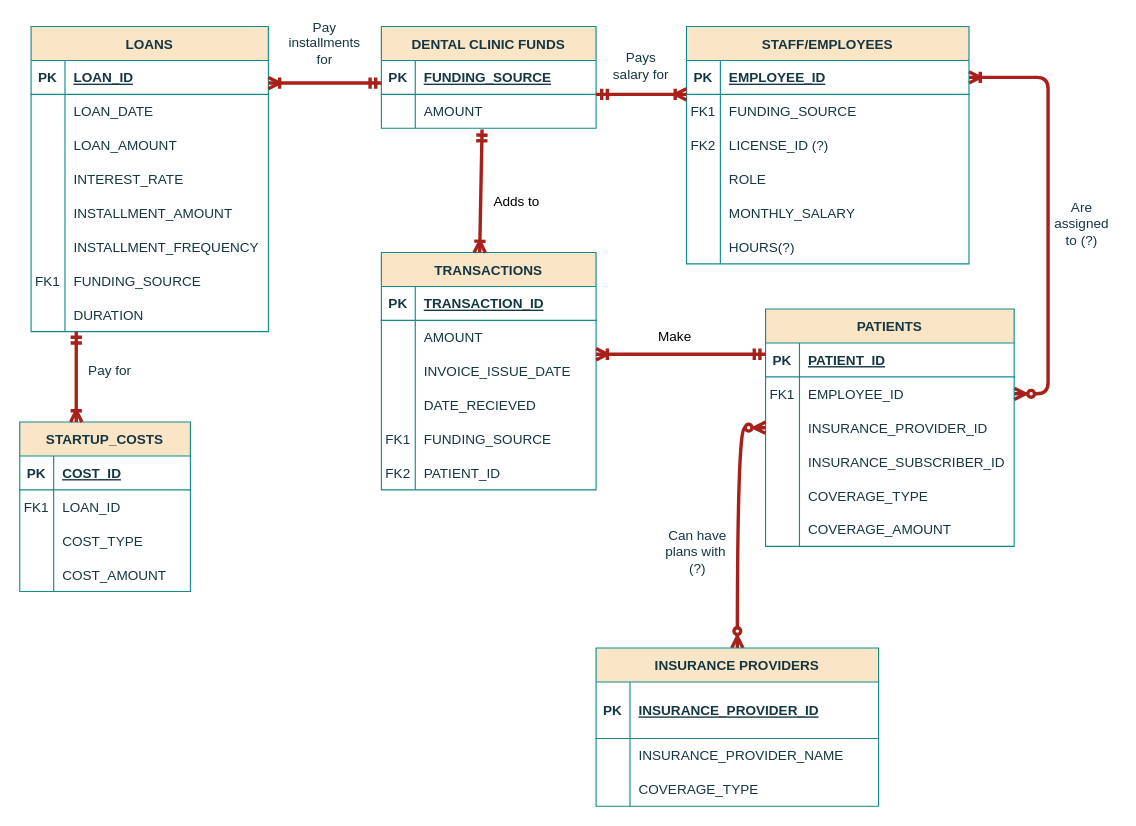
Above: hw.drawio in donjuli990/HW1 (draw.io), before the change. Source tidied: cells renumbered, new cells numbered last; positions are measured from the earlier drawing's top-left corner, leaving out a move shared by most shapes. Both pictures are drawn from the tidied source at 113%, with x=0, y=0 at pixel (19, 26).
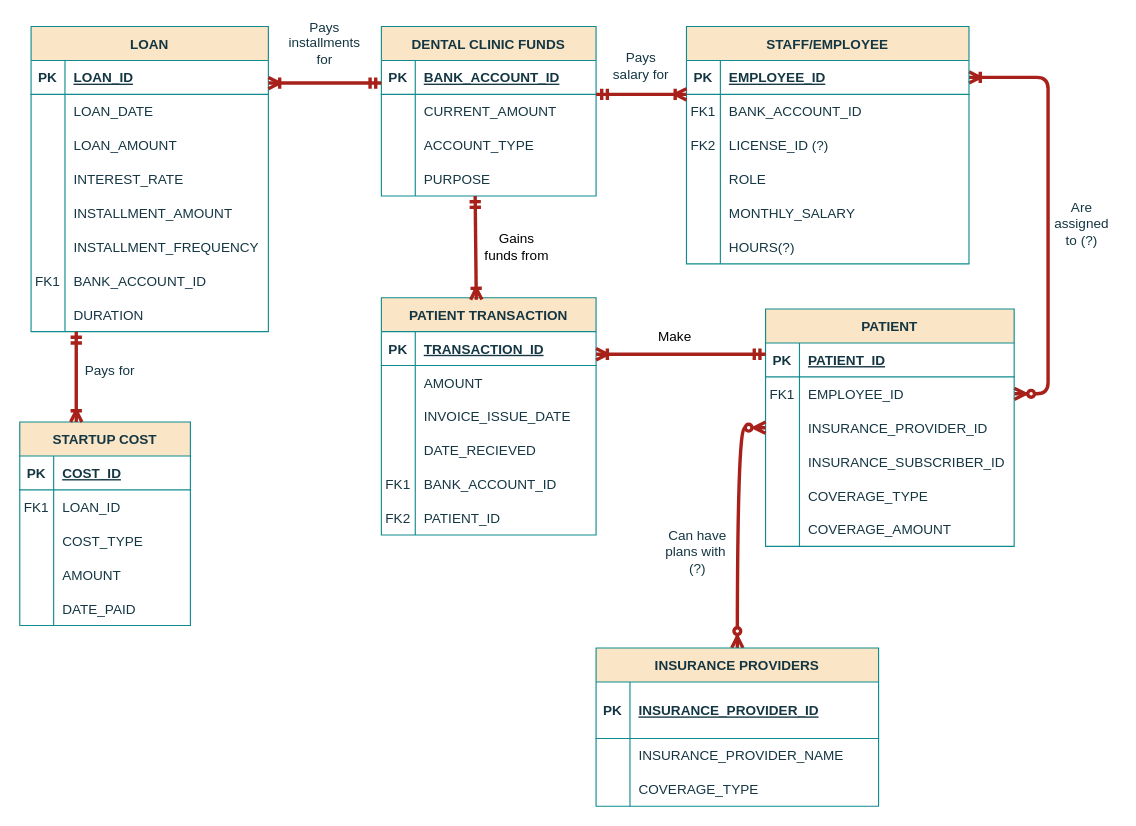
Above is the later version.

Unchanged cells that the change refers to:
```xml
<mxCell id="7" style="shape=partialRectangle;fillColor=none;top=0;left=0;right=0;bottom=0;labelBackgroundColor=none;strokeColor=#0F8B8D;fontColor=#143642;" parent="3" vertex="1">
  <mxGeometry y="60" width="250" height="30" as="geometry" />
</mxCell>
<mxCell id="60" style="shape=partialRectangle;fillColor=none;top=0;left=0;right=0;bottom=0;labelBackgroundColor=none;strokeColor=#0F8B8D;fontColor=#143642;" parent="41" vertex="1">
  <mxGeometry y="210" width="210" height="30" as="geometry" />
</mxCell>
<mxCell id="89" style="shape=partialRectangle;fillColor=none;top=0;left=0;right=0;bottom=0;labelBackgroundColor=none;strokeColor=#0F8B8D;fontColor=#143642;" parent="79" vertex="1">
  <mxGeometry y="120" width="151" height="30" as="geometry" />
</mxCell>
<mxCell id="95" style="shape=partialRectangle;fillColor=none;top=0;left=0;right=0;bottom=1;labelBackgroundColor=none;strokeColor=#0F8B8D;fontColor=#143642;" parent="94" vertex="1">
  <mxGeometry y="30" width="190" height="30" as="geometry" />
</mxCell>
<mxCell id="98" style="shape=partialRectangle;fillColor=none;points=[[0,0.5],[1,0.5]];portConstraint=eastwest;top=0;left=0;right=0;bottom=0;labelBackgroundColor=none;strokeColor=#0F8B8D;fontColor=#143642;" parent="94" vertex="1">
  <mxGeometry y="60" width="190" height="30" as="geometry" />
</mxCell>
<mxCell id="117" style="shape=partialRectangle;fillColor=none;top=0;left=0;right=0;bottom=0;labelBackgroundColor=none;strokeColor=#0F8B8D;fontColor=#143642;" parent="104" vertex="1">
  <mxGeometry y="150" width="190" height="30" as="geometry" />
</mxCell>
```

What changed in the source:
```diff
@@
-    <mxCell id="3" value="STAFF/EMPLOYEES" style="shape=table;startSize=30;childLayout=tableLayout;rowLines=0;fontStyle=1;align=center;labelBackgroundColor=none;fillColor=#FAE5C7;strokeColor=#0F8B8D;fontColor=#143642;" parent="1" vertex="1">
+    <mxCell id="3" value="STAFF/EMPLOYEE" style="shape=table;startSize=30;childLayout=tableLayout;rowLines=0;fontStyle=1;align=center;labelBackgroundColor=none;fillColor=#FAE5C7;strokeColor=#0F8B8D;fontColor=#143642;" parent="1" vertex="1">
       <mxGeometry x="590" width="250" height="210" as="geometry" />
     </mxCell>
@@
-    <mxCell id="9" value="FUNDING_SOURCE" style="shape=partialRectangle;overflow=hidden;fillColor=none;top=0;left=0;bottom=0;right=0;align=left;spacingLeft=6;labelBackgroundColor=none;strokeColor=#0F8B8D;fontColor=#143642;" parent="7" vertex="1">
+    <mxCell id="9" value="BANK_ACCOUNT_ID" style="shape=partialRectangle;overflow=hidden;fillColor=none;top=0;left=0;bottom=0;right=0;align=left;spacingLeft=6;labelBackgroundColor=none;strokeColor=#0F8B8D;fontColor=#143642;" parent="7" vertex="1">
       <mxGeometry x="30" width="220" height="30" as="geometry" />
     </mxCell>
@@
-    <mxCell id="22" value="PATIENTS" style="shape=table;startSize=30;childLayout=tableLayout;rowLines=0;fontStyle=1;align=center;labelBackgroundColor=none;fillColor=#FAE5C7;strokeColor=#0F8B8D;fontColor=#143642;" parent="1" vertex="1">
+    <mxCell id="22" value="PATIENT" style="shape=table;startSize=30;childLayout=tableLayout;rowLines=0;fontStyle=1;align=center;labelBackgroundColor=none;fillColor=#FAE5C7;strokeColor=#0F8B8D;fontColor=#143642;" parent="1" vertex="1">
       <mxGeometry x="660" y="250" width="220" height="210" as="geometry" />
     </mxCell>
@@
-    <mxCell id="41" value="LOANS" style="shape=table;startSize=30;childLayout=tableLayout;rowLines=0;fontStyle=1;align=center;labelBackgroundColor=none;fillColor=#FAE5C7;strokeColor=#0F8B8D;fontColor=#143642;" parent="1" vertex="1">
+    <mxCell id="41" value="LOAN" style="shape=table;startSize=30;childLayout=tableLayout;rowLines=0;fontStyle=1;align=center;labelBackgroundColor=none;fillColor=#FAE5C7;strokeColor=#0F8B8D;fontColor=#143642;" parent="1" vertex="1">
       <mxGeometry x="10" width="210" height="270" as="geometry" />
     </mxCell>
@@
-    <mxCell id="62" value="FUNDING_SOURCE" style="shape=partialRectangle;overflow=hidden;fillColor=none;top=0;left=0;bottom=0;right=0;align=left;spacingLeft=6;labelBackgroundColor=none;strokeColor=#0F8B8D;fontColor=#143642;" parent="60" vertex="1">
+    <mxCell id="62" value="BANK_ACCOUNT_ID" style="shape=partialRectangle;overflow=hidden;fillColor=none;top=0;left=0;bottom=0;right=0;align=left;spacingLeft=6;labelBackgroundColor=none;strokeColor=#0F8B8D;fontColor=#143642;" parent="60" vertex="1">
       <mxGeometry x="30" width="180" height="30" as="geometry" />
     </mxCell>
@@
-    <mxCell id="79" value="STARTUP_COSTS" style="shape=table;startSize=30;childLayout=tableLayout;rowLines=0;fontStyle=1;align=center;labelBackgroundColor=none;fillColor=#FAE5C7;strokeColor=#0F8B8D;fontColor=#143642;" parent="1" vertex="1">
-      <mxGeometry y="350" width="151" height="150" as="geometry" />
+    <mxCell id="79" value="STARTUP COST" style="shape=table;startSize=30;childLayout=tableLayout;rowLines=0;fontStyle=1;align=center;labelBackgroundColor=none;fillColor=#FAE5C7;strokeColor=#0F8B8D;fontColor=#143642;" parent="1" vertex="1">
+      <mxGeometry y="350" width="151" height="180" as="geometry" />
     </mxCell>
@@
-    <mxCell id="91" value="COST_AMOUNT" style="shape=partialRectangle;overflow=hidden;fillColor=none;top=0;left=0;bottom=0;right=0;align=left;spacingLeft=6;labelBackgroundColor=none;strokeColor=#0F8B8D;fontColor=#143642;" parent="89" vertex="1">
+    <mxCell id="91" value="AMOUNT" style="shape=partialRectangle;overflow=hidden;fillColor=none;top=0;left=0;bottom=0;right=0;align=left;spacingLeft=6;labelBackgroundColor=none;strokeColor=#0F8B8D;fontColor=#143642;" parent="89" vertex="1">
       <mxGeometry x="30" width="121" height="30" as="geometry" />
     </mxCell>
+    <mxCell id="128" style="shape=partialRectangle;fillColor=none;top=0;left=0;right=0;bottom=0;labelBackgroundColor=none;strokeColor=#0F8B8D;fontColor=#143642;" parent="79" vertex="1">
+      <mxGeometry y="150" width="151" height="30" as="geometry" />
+    </mxCell>
+    <mxCell id="129" style="shape=partialRectangle;overflow=hidden;fillColor=none;top=0;left=0;bottom=0;right=0;labelBackgroundColor=none;strokeColor=#0F8B8D;fontColor=#143642;" parent="128" vertex="1">
+      <mxGeometry width="30" height="30" as="geometry" />
+    </mxCell>
+    <mxCell id="130" value="DATE_PAID" style="shape=partialRectangle;overflow=hidden;fillColor=none;top=0;left=0;bottom=0;right=0;align=left;spacingLeft=6;labelBackgroundColor=none;strokeColor=#0F8B8D;fontColor=#143642;" parent="128" vertex="1">
+      <mxGeometry x="30" width="121" height="30" as="geometry" />
+    </mxCell>
-    <mxCell id="92" value="Pay for" style="text;html=1;align=center;verticalAlign=middle;whiteSpace=wrap;rounded=0;fontColor=#143642;" parent="1" vertex="1">
+    <mxCell id="92" value="Pays for" style="text;html=1;align=center;verticalAlign=middle;whiteSpace=wrap;rounded=0;fontColor=#143642;" parent="1" vertex="1">
       <mxGeometry x="50" y="290" width="60" height="30" as="geometry" />
     </mxCell>
@@
     <mxCell id="94" value="DENTAL CLINIC FUNDS" style="shape=table;startSize=30;childLayout=tableLayout;rowLines=0;fontStyle=1;align=center;labelBackgroundColor=none;fillColor=#FAE5C7;strokeColor=#0F8B8D;fontColor=#143642;" parent="1" vertex="1">
-      <mxGeometry x="320" width="190" height="90" as="geometry" />
+      <mxGeometry x="320" width="190" height="150" as="geometry" />
     </mxCell>
@@
-    <mxCell id="97" value="FUNDING_SOURCE" style="shape=partialRectangle;overflow=hidden;fillColor=none;top=0;left=0;bottom=0;right=0;align=left;spacingLeft=6;fontStyle=5;labelBackgroundColor=none;strokeColor=#0F8B8D;fontColor=#143642;" parent="95" vertex="1">
+    <mxCell id="97" value="BANK_ACCOUNT_ID" style="shape=partialRectangle;overflow=hidden;fillColor=none;top=0;left=0;bottom=0;right=0;align=left;spacingLeft=6;fontStyle=5;labelBackgroundColor=none;strokeColor=#0F8B8D;fontColor=#143642;" parent="95" vertex="1">
       <mxGeometry x="30" width="160" height="30" as="geometry" />
     </mxCell>
@@
-    <mxCell id="100" value="AMOUNT" style="shape=partialRectangle;overflow=hidden;fillColor=none;top=0;left=0;bottom=0;right=0;align=left;spacingLeft=6;labelBackgroundColor=none;strokeColor=#0F8B8D;fontColor=#143642;" parent="98" vertex="1">
+    <mxCell id="100" value="CURRENT_AMOUNT" style="shape=partialRectangle;overflow=hidden;fillColor=none;top=0;left=0;bottom=0;right=0;align=left;spacingLeft=6;labelBackgroundColor=none;strokeColor=#0F8B8D;fontColor=#143642;" parent="98" vertex="1">
       <mxGeometry x="30" width="160" height="30" as="geometry" />
     </mxCell>
+    <mxCell id="131" style="shape=partialRectangle;fillColor=none;top=0;left=0;right=0;bottom=0;labelBackgroundColor=none;strokeColor=#0F8B8D;fontColor=#143642;" parent="94" vertex="1">
+      <mxGeometry y="90" width="190" height="30" as="geometry" />
+    </mxCell>
+    <mxCell id="132" style="shape=partialRectangle;overflow=hidden;fillColor=none;top=0;left=0;bottom=0;right=0;labelBackgroundColor=none;strokeColor=#0F8B8D;fontColor=#143642;" parent="131" vertex="1">
+      <mxGeometry width="30" height="30" as="geometry" />
+    </mxCell>
+    <mxCell id="133" value="ACCOUNT_TYPE" style="shape=partialRectangle;overflow=hidden;fillColor=none;top=0;left=0;bottom=0;right=0;align=left;spacingLeft=6;labelBackgroundColor=none;strokeColor=#0F8B8D;fontColor=#143642;" parent="131" vertex="1">
+      <mxGeometry x="30" width="160" height="30" as="geometry" />
+    </mxCell>
+    <mxCell id="134" style="shape=partialRectangle;fillColor=none;top=0;left=0;right=0;bottom=0;labelBackgroundColor=none;strokeColor=#0F8B8D;fontColor=#143642;" parent="94" vertex="1">
+      <mxGeometry y="120" width="190" height="30" as="geometry" />
+    </mxCell>
+    <mxCell id="135" style="shape=partialRectangle;overflow=hidden;fillColor=none;top=0;left=0;bottom=0;right=0;labelBackgroundColor=none;strokeColor=#0F8B8D;fontColor=#143642;" parent="134" vertex="1">
+      <mxGeometry width="30" height="30" as="geometry" />
+    </mxCell>
+    <mxCell id="136" value="PURPOSE" style="shape=partialRectangle;overflow=hidden;fillColor=none;top=0;left=0;bottom=0;right=0;align=left;spacingLeft=6;labelBackgroundColor=none;strokeColor=#0F8B8D;fontColor=#143642;" parent="134" vertex="1">
+      <mxGeometry x="30" width="160" height="30" as="geometry" />
+    </mxCell>
@@
-    <mxCell id="102" value="Pay installments for" style="text;html=1;align=center;verticalAlign=middle;whiteSpace=wrap;rounded=0;fontColor=#143642;" parent="1" vertex="1">
+    <mxCell id="102" value="Pays installments for" style="text;html=1;align=center;verticalAlign=middle;whiteSpace=wrap;rounded=0;fontColor=#143642;" parent="1" vertex="1">
       <mxGeometry x="240" width="60" height="30" as="geometry" />
     </mxCell>
@@
-    <mxCell id="104" value="TRANSACTIONS" style="shape=table;startSize=30;childLayout=tableLayout;rowLines=0;fontStyle=1;align=center;labelBackgroundColor=none;fillColor=#FAE5C7;strokeColor=#0F8B8D;fontColor=#143642;" parent="1" vertex="1">
-      <mxGeometry x="320" y="200" width="190" height="210" as="geometry" />
+    <mxCell id="104" value="PATIENT TRANSACTION" style="shape=table;startSize=30;childLayout=tableLayout;rowLines=0;fontStyle=1;align=center;labelBackgroundColor=none;fillColor=#FAE5C7;strokeColor=#0F8B8D;fontColor=#143642;" parent="1" vertex="1">
+      <mxGeometry x="320" y="240" width="190" height="210" as="geometry" />
     </mxCell>
@@
-    <mxCell id="119" value="FUNDING_SOURCE" style="shape=partialRectangle;overflow=hidden;fillColor=none;top=0;left=0;bottom=0;right=0;align=left;spacingLeft=6;labelBackgroundColor=none;strokeColor=#0F8B8D;fontColor=#143642;" parent="117" vertex="1">
+    <mxCell id="119" value="BANK_ACCOUNT_ID" style="shape=partialRectangle;overflow=hidden;fillColor=none;top=0;left=0;bottom=0;right=0;align=left;spacingLeft=6;labelBackgroundColor=none;strokeColor=#0F8B8D;fontColor=#143642;" parent="117" vertex="1">
       <mxGeometry x="30" width="160" height="30" as="geometry" />
     </mxCell>
@@
-    <mxCell id="123" style="endArrow=ERoneToMany;startArrow=ERmandOne;endFill=0;startFill=0;labelBackgroundColor=none;strokeColor=#A8201A;fontColor=default;strokeWidth=3;exitX=0.469;exitY=1.037;exitDx=0;exitDy=0;exitPerimeter=0;" parent="1" edge="1" source="98">
+    <mxCell id="123" style="endArrow=ERoneToMany;startArrow=ERmandOne;endFill=0;startFill=0;labelBackgroundColor=none;strokeColor=#A8201A;fontColor=default;strokeWidth=3;exitX=0;exitY=0.25;exitDx=0;exitDy=0;entryX=0.442;entryY=0.008;entryDx=0;entryDy=0;entryPerimeter=0;" parent="1" edge="1" target="104">
       <mxGeometry relative="1" as="geometry">
-        <mxPoint x="407" y="200" as="targetPoint" />
+        <mxPoint x="403" y="150" as="sourcePoint" />
       </mxGeometry>
     </mxCell>
@@
-    <mxCell id="126" value="Adds to" style="text;html=1;align=center;verticalAlign=middle;whiteSpace=wrap;rounded=0;" parent="1" vertex="1">
-      <mxGeometry x="410" y="140" width="60" height="30" as="geometry" />
+    <mxCell id="126" value="Gains funds from" style="text;html=1;align=center;verticalAlign=middle;whiteSpace=wrap;rounded=0;" parent="1" vertex="1">
+      <mxGeometry x="410" y="180" width="60" height="30" as="geometry" />
     </mxCell>
```
